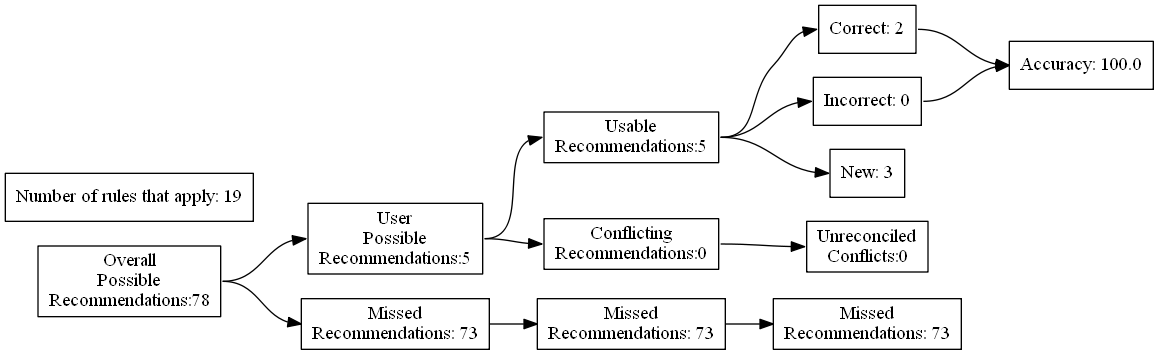
Above: test_renders/90.gv.png in ZaxR/ibd_diet_analysis (Graphviz), before the change. Its source is kept beside it as test_renders/90.gv.
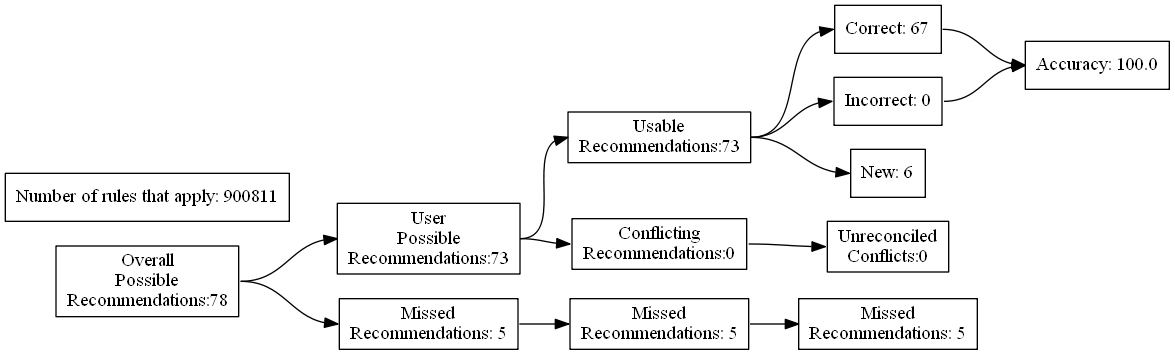
After the change.

Diff of the diagram source:
```diff
@@ -7,24 +7,24 @@
 Recommendations:78"]
 		B [label="User
 Possible
-Recommendations:5"]
+Recommendations:73"]
 		C [label="Missed
-Recommendations: 73"]
+Recommendations: 5"]
 		D [label="Usable
-Recommendations:5"]
+Recommendations:73"]
 		E [label="Conflicting
 Recommendations:0"]
 		J [label="Missed
-Recommendations: 73"]
+Recommendations: 5"]
 		M [label="Unreconciled
 Conflicts:0"]
-		F [label="Correct: 2"]
+		F [label="Correct: 67"]
 		G [label="Incorrect: 0"]
-		H [label="New: 3"]
+		H [label="New: 6"]
 		K [label="Missed
-Recommendations: 73"]
+Recommendations: 5"]
 		I [label="Accuracy: 100.0"]
-		l [label="Number of rules that apply: 19"]
+		l [label="Number of rules that apply: 900811"]
 			A -> B
 			A -> C
 			B -> D
```
